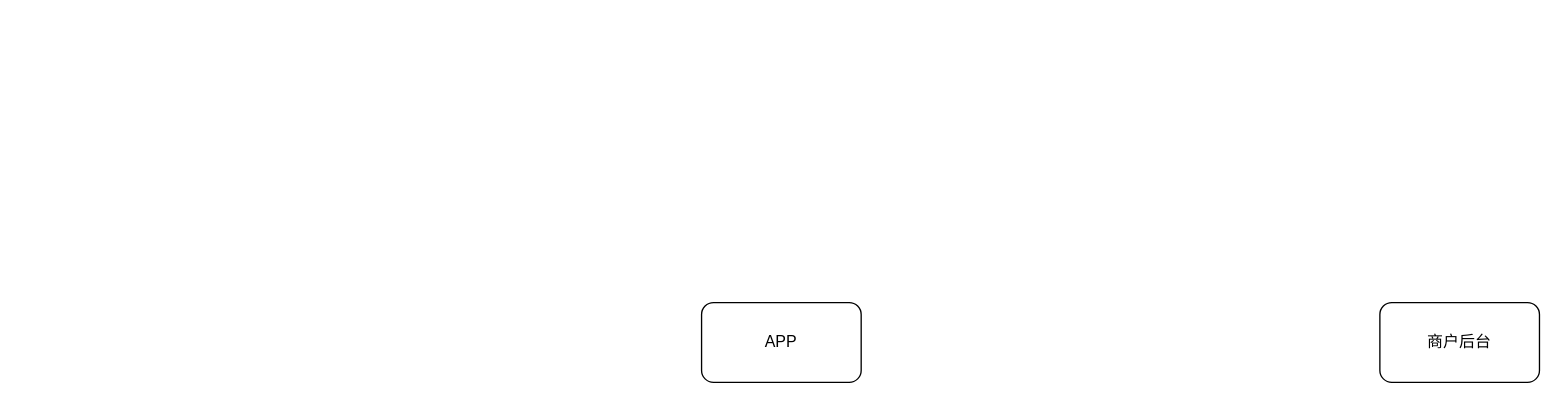
Above: space/API接口安全.drawio in lewinlee/draw.io (draw.io), before the change. Source tidied: cells renumbered, new cells numbered last; positions are measured from the earlier drawing's top-left corner, leaving out a move shared by most shapes. Both pictures are drawn from the tidied source at 133%, with x=0, y=0 at pixel (701, 302).
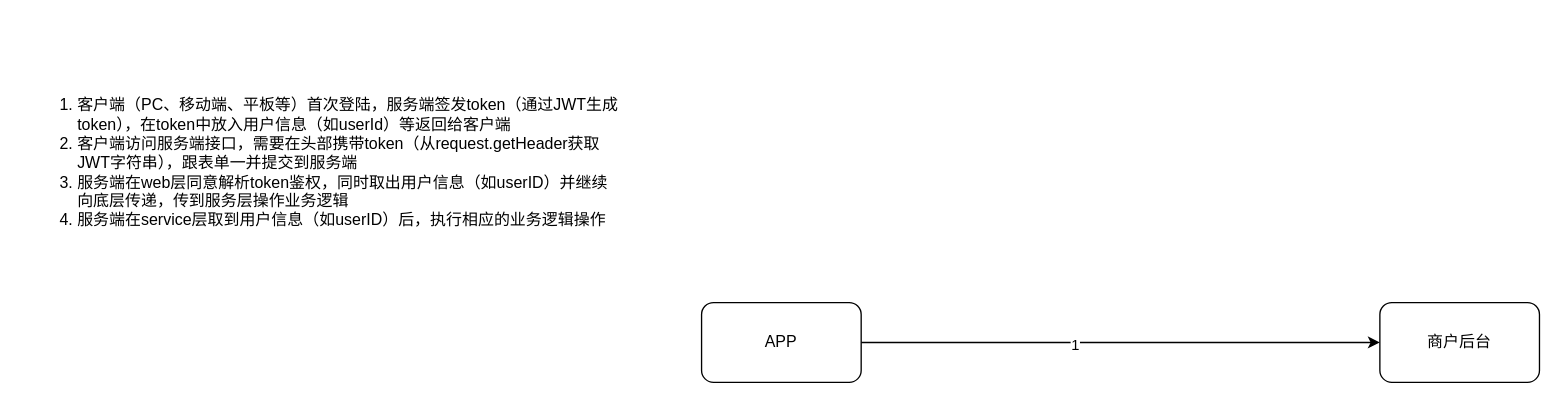
The same page after the edit.

Commit message (it also covers changes not shown here):
更新API接口安全.drawio

The edit, as a diff of the source:
```diff
@@
 <mxGraphModel>
   <root>
     <mxCell id="0" />
     <mxCell id="1" parent="0" />
+    <mxCell id="4" style="edgeStyle=orthogonalEdgeStyle;rounded=0;jettySize=auto;html=1;" parent="1" edge="1" source="2" target="3">
+      <mxGeometry relative="1" as="geometry" />
+    </mxCell>
+    <mxCell id="5" value="1" style="edgeLabel;html=1;align=center;verticalAlign=middle;" parent="4" vertex="1">
+      <mxGeometry x="-0.18" y="-1" relative="1" as="geometry" />
+    </mxCell>
     <mxCell id="2" value="APP" style="rounded=1;whiteSpace=wrap;html=1;" parent="1" vertex="1">
       <mxGeometry width="120" height="60" as="geometry" />
     </mxCell>
     <mxCell id="3" value="商户后台" style="rounded=1;whiteSpace=wrap;html=1;" parent="1" vertex="1">
       <mxGeometry x="510" width="120" height="60" as="geometry" />
     </mxCell>
+    <mxCell id="6" value="&lt;ol&gt;&lt;li style=&quot;text-align: left&quot;&gt;客户端（PC、移动端、平板等）首次登陆，服务端签发token（通过JWT生成token），在token中放入用户信息（如userId）等返回给客户端&lt;/li&gt;&lt;li style=&quot;text-align: left&quot;&gt;客户端访问服务端接口，需要在头部携带token（从request.getHeader获取JWT字符串），跟表单一并提交到服务端&lt;/li&gt;&lt;li style=&quot;text-align: left&quot;&gt;服务端在web层同意解析token鉴权，同时取出用户信息（如userID）并继续向底层传递，传到服务层操作业务逻辑&lt;/li&gt;&lt;li style=&quot;text-align: left&quot;&gt;服务端在service层取到用户信息（如userID）后，执行相应的业务逻辑操作&lt;/li&gt;&lt;/ol&gt;" style="text;html=1;strokeColor=none;fillColor=none;align=center;verticalAlign=middle;whiteSpace=wrap;rounded=0;" parent="1" vertex="1">
+      <mxGeometry x="-510" y="-210" width="450" height="210" as="geometry" />
+    </mxCell>
   </root>
 </mxGraphModel>
```
